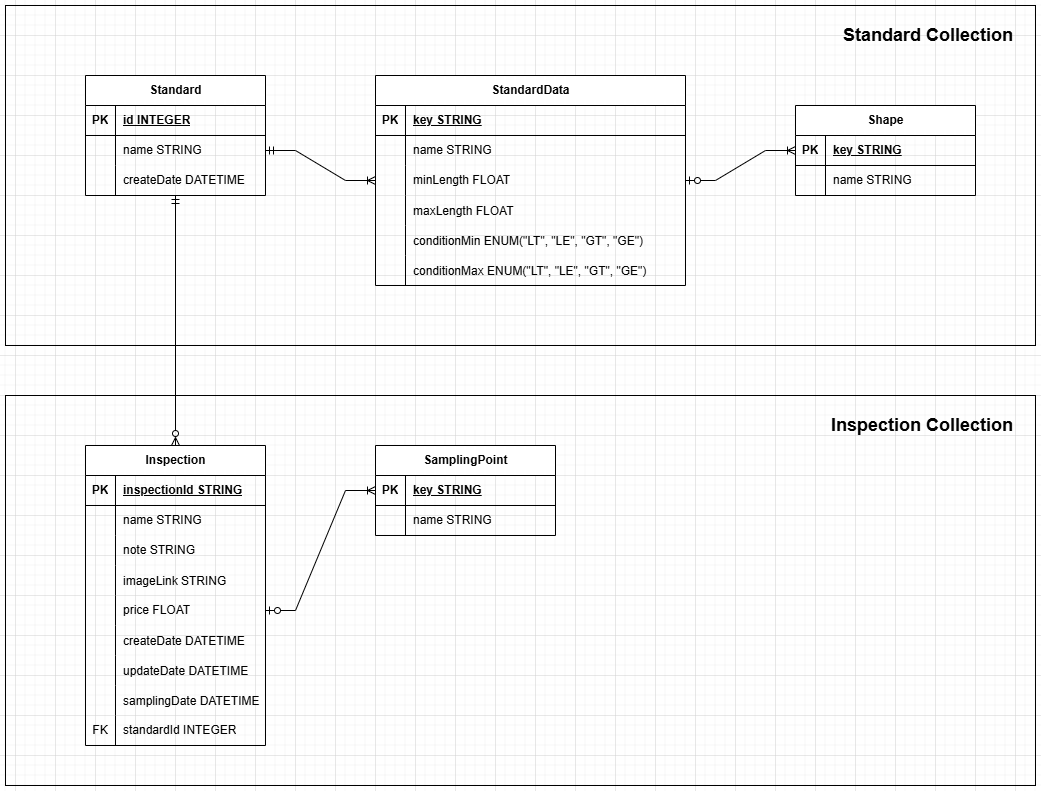
nungsorb/easy-rice-app-docker-implement keeps this draw.io diagram as system_design/easy_rice_erd.png. Above is the earlier version. Source tidied: cells renumbered, new cells last; positions are measured from the earlier drawing's top-left corner, leaving out a move shared by most shapes.
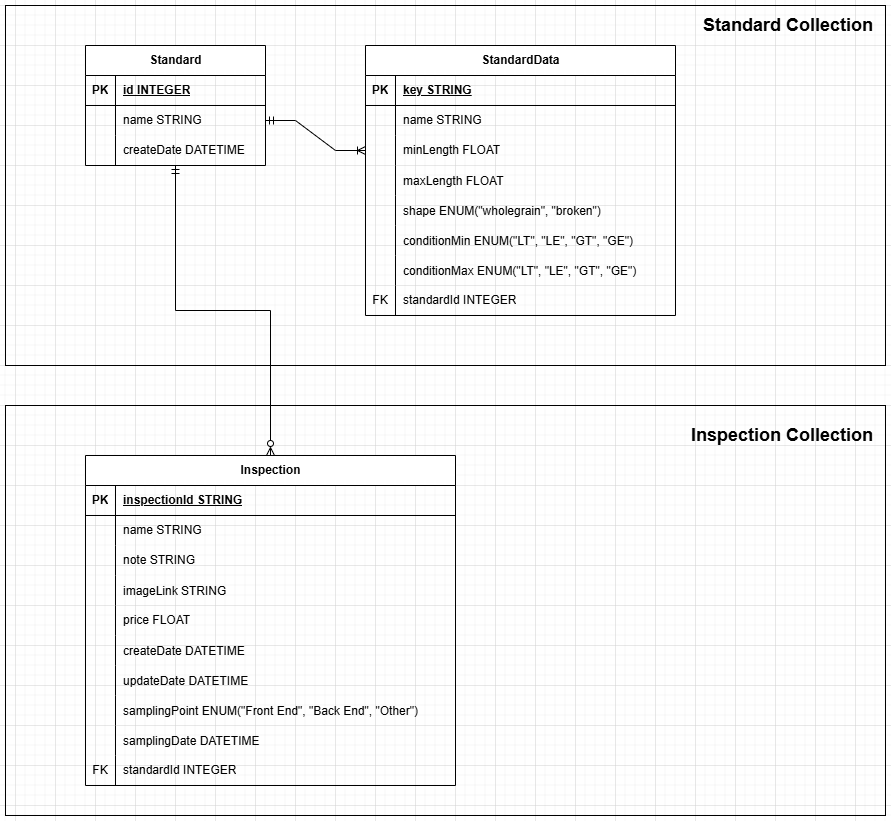
Later version of the same file.

Commit message:
backend: adjust database schema

Diff of the diagram source:
```diff
@@ -2,11 +2,17 @@
   <root>
     <mxCell id="0" />
     <mxCell id="1" parent="0" />
+    <mxCell id="78" style="rounded=0;whiteSpace=wrap;html=1;fillColor=none;" parent="1" vertex="1">
+      <mxGeometry y="390" width="880" height="410" as="geometry" />
+    </mxCell>
+    <mxCell id="77" style="rounded=0;whiteSpace=wrap;html=1;fillColor=none;" parent="1" vertex="1">
+      <mxGeometry y="-10" width="880" height="360" as="geometry" />
+    </mxCell>
     <mxCell id="2" style="edgeStyle=orthogonalEdgeStyle;rounded=0;jettySize=auto;html=1;entryX=0.5;entryY=0;entryDx=0;entryDy=0;endArrow=ERzeroToMany;endFill=0;startArrow=ERmandOne;startFill=0;" parent="1" edge="1" source="3" target="41">
       <mxGeometry relative="1" as="geometry" />
     </mxCell>
     <mxCell id="3" value="Standard" style="shape=table;startSize=30;rowLines=0;fontStyle=1;align=center;html=1;" parent="1" vertex="1">
-      <mxGeometry x="80" y="70" width="180" height="120" as="geometry" />
+      <mxGeometry x="80" y="30" width="180" height="120" as="geometry" />
     </mxCell>
     <mxCell id="4" style="shape=tableRow;horizontal=0;startSize=0;swimlaneHead=0;swimlaneBody=0;fillColor=none;top=0;left=0;right=0;bottom=1;" parent="3" vertex="1">
       <mxGeometry y="30" width="180" height="30" as="geometry" />
@@ -36,7 +42,7 @@
       <mxGeometry x="30" width="150" height="30" as="geometry" />
     </mxCell>
     <mxCell id="13" value="StandardData" style="shape=table;startSize=30;rowLines=0;fontStyle=1;align=center;html=1;" parent="1" vertex="1">
-      <mxGeometry x="370" y="70" width="310" height="210" as="geometry" />
+      <mxGeometry x="360" y="30" width="310" height="270" as="geometry" />
     </mxCell>
     <mxCell id="14" style="shape=tableRow;horizontal=0;startSize=0;swimlaneHead=0;swimlaneBody=0;fillColor=none;top=0;left=0;right=0;bottom=1;" parent="13" vertex="1">
       <mxGeometry y="30" width="310" height="30" as="geometry" />
@@ -74,8 +80,17 @@
     <mxCell id="25" value="maxLength FLOAT" style="shape=partialRectangle;fillColor=none;top=0;left=0;bottom=0;right=0;align=left;spacingLeft=6;overflow=hidden;" parent="23" vertex="1">
       <mxGeometry x="30" width="280" height="30" as="geometry" />
     </mxCell>
+    <mxCell id="81" style="shape=tableRow;horizontal=0;startSize=0;swimlaneHead=0;swimlaneBody=0;fillColor=none;top=0;left=0;right=0;bottom=0;" parent="13" vertex="1">
+      <mxGeometry y="150" width="310" height="30" as="geometry" />
+    </mxCell>
+    <mxCell id="82" style="shape=partialRectangle;fillColor=none;top=0;left=0;bottom=0;right=0;overflow=hidden;" parent="81" vertex="1">
+      <mxGeometry width="30" height="30" as="geometry" />
+    </mxCell>
+    <mxCell id="83" value="shape ENUM(&quot;wholegrain&quot;, &quot;broken&quot;)" style="shape=partialRectangle;fillColor=none;top=0;left=0;bottom=0;right=0;align=left;spacingLeft=6;overflow=hidden;" parent="81" vertex="1">
+      <mxGeometry x="30" width="280" height="30" as="geometry" />
+    </mxCell>
     <mxCell id="26" style="shape=tableRow;horizontal=0;startSize=0;swimlaneHead=0;swimlaneBody=0;fillColor=none;top=0;left=0;right=0;bottom=0;" parent="13" vertex="1">
-      <mxGeometry y="150" width="310" height="30" as="geometry" />
+      <mxGeometry y="180" width="310" height="30" as="geometry" />
     </mxCell>
     <mxCell id="27" style="shape=partialRectangle;fillColor=none;top=0;left=0;bottom=0;right=0;overflow=hidden;" parent="26" vertex="1">
       <mxGeometry width="30" height="30" as="geometry" />
@@ -84,7 +99,7 @@
       <mxGeometry x="30" width="280" height="30" as="geometry" />
     </mxCell>
     <mxCell id="29" style="shape=tableRow;horizontal=0;startSize=0;swimlaneHead=0;swimlaneBody=0;fillColor=none;top=0;left=0;right=0;bottom=0;" parent="13" vertex="1">
-      <mxGeometry y="180" width="310" height="30" as="geometry" />
+      <mxGeometry y="210" width="310" height="30" as="geometry" />
     </mxCell>
     <mxCell id="30" style="shape=partialRectangle;fillColor=none;top=0;left=0;bottom=0;right=0;overflow=hidden;" parent="29" vertex="1">
       <mxGeometry width="30" height="30" as="geometry" />
@@ -92,152 +107,116 @@
     <mxCell id="31" value="conditionMax ENUM(&quot;LT&quot;, &quot;LE&quot;, &quot;GT&quot;, &quot;GE&quot;)" style="shape=partialRectangle;fillColor=none;top=0;left=0;bottom=0;right=0;align=left;spacingLeft=6;overflow=hidden;" parent="29" vertex="1">
       <mxGeometry x="30" width="280" height="30" as="geometry" />
     </mxCell>
-    <mxCell id="32" value="Shape" style="shape=table;startSize=30;rowLines=0;fontStyle=1;align=center;html=1;" parent="1" vertex="1">
-      <mxGeometry x="790" y="100" width="180" height="90" as="geometry" />
-    </mxCell>
-    <mxCell id="33" style="shape=tableRow;horizontal=0;startSize=0;swimlaneHead=0;swimlaneBody=0;fillColor=none;points=[[0,0.5],[1,0.5]];portConstraint=eastwest;top=0;left=0;right=0;bottom=1;" parent="32" vertex="1">
-      <mxGeometry y="30" width="180" height="30" as="geometry" />
-    </mxCell>
-    <mxCell id="34" value="PK" style="shape=partialRectangle;fillColor=none;top=0;left=0;bottom=0;right=0;fontStyle=1;overflow=hidden;whiteSpace=wrap;html=1;" parent="33" vertex="1">
-      <mxGeometry width="30" height="30" as="geometry" />
-    </mxCell>
-    <mxCell id="35" value="key STRING" style="shape=partialRectangle;fillColor=none;top=0;left=0;bottom=0;right=0;align=left;spacingLeft=6;fontStyle=5;overflow=hidden;whiteSpace=wrap;html=1;" parent="33" vertex="1">
-      <mxGeometry x="30" width="150" height="30" as="geometry" />
-    </mxCell>
-    <mxCell id="36" style="shape=tableRow;horizontal=0;startSize=0;swimlaneHead=0;swimlaneBody=0;fillColor=none;top=0;left=0;right=0;bottom=0;" parent="32" vertex="1">
-      <mxGeometry y="60" width="180" height="30" as="geometry" />
-    </mxCell>
-    <mxCell id="37" style="shape=partialRectangle;fillColor=none;top=0;left=0;bottom=0;right=0;overflow=hidden;whiteSpace=wrap;html=1;" parent="36" vertex="1">
-      <mxGeometry width="30" height="30" as="geometry" />
-    </mxCell>
-    <mxCell id="38" value="name STRING" style="shape=partialRectangle;fillColor=none;top=0;left=0;bottom=0;right=0;align=left;spacingLeft=6;overflow=hidden;whiteSpace=wrap;html=1;" parent="36" vertex="1">
-      <mxGeometry x="30" width="150" height="30" as="geometry" />
-    </mxCell>
-    <mxCell id="39" style="edgeStyle=entityRelationEdgeStyle;fontSize=12;html=1;endArrow=ERoneToMany;startArrow=ERzeroToOne;rounded=0;exitX=1;exitY=0.5;exitDx=0;exitDy=0;entryX=0;entryY=0.5;entryDx=0;entryDy=0;startFill=0;" parent="1" edge="1" source="20" target="33">
-      <mxGeometry relative="1" as="geometry" />
-    </mxCell>
+    <mxCell id="84" style="shape=tableRow;horizontal=0;startSize=0;swimlaneHead=0;swimlaneBody=0;fillColor=none;top=0;left=0;right=0;bottom=0;" parent="13" vertex="1">
+      <mxGeometry y="240" width="310" height="30" as="geometry" />
+    </mxCell>
+    <mxCell id="85" value="FK" style="shape=partialRectangle;fillColor=none;top=0;left=0;bottom=0;right=0;fontStyle=0;overflow=hidden;whiteSpace=wrap;html=1;" parent="84" vertex="1">
+      <mxGeometry width="30" height="30" as="geometry" />
+    </mxCell>
+    <mxCell id="86" value="standardId INTEGER" style="shape=partialRectangle;fillColor=none;top=0;left=0;bottom=0;right=0;align=left;spacingLeft=6;fontStyle=0;overflow=hidden;whiteSpace=wrap;html=1;" parent="84" vertex="1">
+      <mxGeometry x="30" width="280" height="30" as="geometry" />
+    </mxCell>
     <mxCell id="40" style="edgeStyle=entityRelationEdgeStyle;fontSize=12;html=1;endArrow=ERoneToMany;startArrow=ERmandOne;rounded=0;exitX=1;exitY=0.5;exitDx=0;exitDy=0;entryX=0;entryY=0.5;entryDx=0;entryDy=0;startFill=0;" parent="1" edge="1" source="7" target="20">
       <mxGeometry relative="1" as="geometry" />
     </mxCell>
     <mxCell id="41" value="Inspection" style="shape=table;startSize=30;rowLines=0;fontStyle=1;align=center;html=1;" parent="1" vertex="1">
-      <mxGeometry x="80" y="440" width="180" height="300" as="geometry" />
+      <mxGeometry x="80" y="440" width="370" height="330" as="geometry" />
     </mxCell>
     <mxCell id="42" style="shape=tableRow;horizontal=0;startSize=0;swimlaneHead=0;swimlaneBody=0;fillColor=none;top=0;left=0;right=0;bottom=1;" parent="41" vertex="1">
-      <mxGeometry y="30" width="180" height="30" as="geometry" />
+      <mxGeometry y="30" width="370" height="30" as="geometry" />
     </mxCell>
     <mxCell id="43" value="PK" style="shape=partialRectangle;fillColor=none;top=0;left=0;bottom=0;right=0;fontStyle=1;overflow=hidden;whiteSpace=wrap;html=1;" parent="42" vertex="1">
       <mxGeometry width="30" height="30" as="geometry" />
     </mxCell>
     <mxCell id="44" value="inspectionId STRING" style="shape=partialRectangle;fillColor=none;top=0;left=0;bottom=0;right=0;align=left;spacingLeft=6;fontStyle=5;overflow=hidden;whiteSpace=wrap;html=1;" parent="42" vertex="1">
-      <mxGeometry x="30" width="150" height="30" as="geometry" />
+      <mxGeometry x="30" width="340" height="30" as="geometry" />
     </mxCell>
     <mxCell id="45" style="shape=tableRow;horizontal=0;startSize=0;swimlaneHead=0;swimlaneBody=0;fillColor=none;top=0;left=0;right=0;bottom=0;" parent="41" vertex="1">
-      <mxGeometry y="60" width="180" height="30" as="geometry" />
+      <mxGeometry y="60" width="370" height="30" as="geometry" />
     </mxCell>
     <mxCell id="46" style="shape=partialRectangle;fillColor=none;top=0;left=0;bottom=0;right=0;overflow=hidden;whiteSpace=wrap;html=1;" parent="45" vertex="1">
       <mxGeometry width="30" height="30" as="geometry" />
     </mxCell>
     <mxCell id="47" value="name STRING" style="shape=partialRectangle;fillColor=none;top=0;left=0;bottom=0;right=0;align=left;spacingLeft=6;overflow=hidden;whiteSpace=wrap;html=1;" parent="45" vertex="1">
-      <mxGeometry x="30" width="150" height="30" as="geometry" />
+      <mxGeometry x="30" width="340" height="30" as="geometry" />
     </mxCell>
     <mxCell id="48" style="shape=tableRow;horizontal=0;startSize=0;swimlaneHead=0;swimlaneBody=0;fillColor=none;top=0;left=0;right=0;bottom=0;" parent="41" vertex="1">
-      <mxGeometry y="90" width="180" height="30" as="geometry" />
+      <mxGeometry y="90" width="370" height="30" as="geometry" />
     </mxCell>
     <mxCell id="49" style="shape=partialRectangle;fillColor=none;top=0;left=0;bottom=0;right=0;overflow=hidden;whiteSpace=wrap;html=1;" parent="48" vertex="1">
       <mxGeometry width="30" height="30" as="geometry" />
     </mxCell>
     <mxCell id="50" value="note STRING" style="shape=partialRectangle;fillColor=none;top=0;left=0;bottom=0;right=0;align=left;spacingLeft=6;overflow=hidden;whiteSpace=wrap;html=1;" parent="48" vertex="1">
-      <mxGeometry x="30" width="150" height="30" as="geometry" />
+      <mxGeometry x="30" width="340" height="30" as="geometry" />
     </mxCell>
     <mxCell id="51" style="shape=tableRow;horizontal=0;startSize=0;swimlaneHead=0;swimlaneBody=0;fillColor=none;top=0;left=0;right=0;bottom=0;" parent="41" vertex="1">
-      <mxGeometry y="120" width="180" height="30" as="geometry" />
+      <mxGeometry y="120" width="370" height="30" as="geometry" />
     </mxCell>
     <mxCell id="52" style="shape=partialRectangle;fillColor=none;top=0;left=0;bottom=0;right=0;overflow=hidden;" parent="51" vertex="1">
       <mxGeometry width="30" height="30" as="geometry" />
     </mxCell>
     <mxCell id="53" value="imageLink STRING" style="shape=partialRectangle;fillColor=none;top=0;left=0;bottom=0;right=0;align=left;spacingLeft=6;overflow=hidden;" parent="51" vertex="1">
-      <mxGeometry x="30" width="150" height="30" as="geometry" />
+      <mxGeometry x="30" width="340" height="30" as="geometry" />
     </mxCell>
     <mxCell id="54" style="shape=tableRow;horizontal=0;startSize=0;swimlaneHead=0;swimlaneBody=0;fillColor=none;points=[[0,0.5],[1,0.5]];portConstraint=eastwest;top=0;left=0;right=0;bottom=0;" parent="41" vertex="1">
-      <mxGeometry y="150" width="180" height="30" as="geometry" />
+      <mxGeometry y="150" width="370" height="30" as="geometry" />
     </mxCell>
     <mxCell id="55" style="shape=partialRectangle;fillColor=none;top=0;left=0;bottom=0;right=0;overflow=hidden;whiteSpace=wrap;html=1;" parent="54" vertex="1">
       <mxGeometry width="30" height="30" as="geometry" />
     </mxCell>
     <mxCell id="56" value="price FLOAT" style="shape=partialRectangle;fillColor=none;top=0;left=0;bottom=0;right=0;align=left;spacingLeft=6;overflow=hidden;whiteSpace=wrap;html=1;" parent="54" vertex="1">
-      <mxGeometry x="30" width="150" height="30" as="geometry" />
+      <mxGeometry x="30" width="340" height="30" as="geometry" />
     </mxCell>
     <mxCell id="57" style="shape=tableRow;horizontal=0;startSize=0;swimlaneHead=0;swimlaneBody=0;fillColor=none;top=0;left=0;right=0;bottom=0;" parent="41" vertex="1">
-      <mxGeometry y="180" width="180" height="30" as="geometry" />
+      <mxGeometry y="180" width="370" height="30" as="geometry" />
     </mxCell>
     <mxCell id="58" style="shape=partialRectangle;fillColor=none;top=0;left=0;bottom=0;right=0;overflow=hidden;" parent="57" vertex="1">
       <mxGeometry width="30" height="30" as="geometry" />
     </mxCell>
     <mxCell id="59" value="createDate DATETIME" style="shape=partialRectangle;fillColor=none;top=0;left=0;bottom=0;right=0;align=left;spacingLeft=6;overflow=hidden;" parent="57" vertex="1">
-      <mxGeometry x="30" width="150" height="30" as="geometry" />
+      <mxGeometry x="30" width="340" height="30" as="geometry" />
     </mxCell>
     <mxCell id="60" style="shape=tableRow;horizontal=0;startSize=0;swimlaneHead=0;swimlaneBody=0;fillColor=none;top=0;left=0;right=0;bottom=0;" parent="41" vertex="1">
-      <mxGeometry y="210" width="180" height="30" as="geometry" />
+      <mxGeometry y="210" width="370" height="30" as="geometry" />
     </mxCell>
     <mxCell id="61" style="shape=partialRectangle;fillColor=none;top=0;left=0;bottom=0;right=0;overflow=hidden;" parent="60" vertex="1">
       <mxGeometry width="30" height="30" as="geometry" />
     </mxCell>
     <mxCell id="62" value="updateDate DATETIME" style="shape=partialRectangle;fillColor=none;top=0;left=0;bottom=0;right=0;align=left;spacingLeft=6;overflow=hidden;" parent="60" vertex="1">
-      <mxGeometry x="30" width="150" height="30" as="geometry" />
+      <mxGeometry x="30" width="340" height="30" as="geometry" />
     </mxCell>
+    <mxCell id="87" style="shape=tableRow;horizontal=0;startSize=0;swimlaneHead=0;swimlaneBody=0;fillColor=none;top=0;left=0;right=0;bottom=0;" parent="41" vertex="1">
+      <mxGeometry y="240" width="370" height="30" as="geometry" />
+    </mxCell>
+    <mxCell id="88" style="shape=partialRectangle;fillColor=none;top=0;left=0;bottom=0;right=0;overflow=hidden;" parent="87" vertex="1">
+      <mxGeometry width="30" height="30" as="geometry" />
+    </mxCell>
+    <mxCell id="89" value="samplingPoint ENUM(&quot;Front End&quot;, &quot;Back End&quot;, &quot;Other&quot;)" style="shape=partialRectangle;fillColor=none;top=0;left=0;bottom=0;right=0;align=left;spacingLeft=6;overflow=hidden;" parent="87" vertex="1">
+      <mxGeometry x="30" width="340" height="30" as="geometry" />
+    </mxCell>
     <mxCell id="63" style="shape=tableRow;horizontal=0;startSize=0;swimlaneHead=0;swimlaneBody=0;fillColor=none;top=0;left=0;right=0;bottom=0;" parent="41" vertex="1">
-      <mxGeometry y="240" width="180" height="30" as="geometry" />
+      <mxGeometry y="270" width="370" height="30" as="geometry" />
     </mxCell>
     <mxCell id="64" style="shape=partialRectangle;fillColor=none;top=0;left=0;bottom=0;right=0;overflow=hidden;" parent="63" vertex="1">
       <mxGeometry width="30" height="30" as="geometry" />
     </mxCell>
     <mxCell id="65" value="samplingDate DATETIME" style="shape=partialRectangle;fillColor=none;top=0;left=0;bottom=0;right=0;align=left;spacingLeft=6;overflow=hidden;" parent="63" vertex="1">
-      <mxGeometry x="30" width="150" height="30" as="geometry" />
+      <mxGeometry x="30" width="340" height="30" as="geometry" />
     </mxCell>
     <mxCell id="66" style="shape=tableRow;horizontal=0;startSize=0;swimlaneHead=0;swimlaneBody=0;fillColor=none;top=0;left=0;right=0;bottom=0;" parent="41" vertex="1">
-      <mxGeometry y="270" width="180" height="30" as="geometry" />
+      <mxGeometry y="300" width="370" height="30" as="geometry" />
     </mxCell>
     <mxCell id="67" value="FK" style="shape=partialRectangle;fillColor=none;top=0;left=0;bottom=0;right=0;fontStyle=0;overflow=hidden;whiteSpace=wrap;html=1;" parent="66" vertex="1">
       <mxGeometry width="30" height="30" as="geometry" />
     </mxCell>
     <mxCell id="68" value="standardId INTEGER" style="shape=partialRectangle;fillColor=none;top=0;left=0;bottom=0;right=0;align=left;spacingLeft=6;fontStyle=0;overflow=hidden;whiteSpace=wrap;html=1;" parent="66" vertex="1">
-      <mxGeometry x="30" width="150" height="30" as="geometry" />
+      <mxGeometry x="30" width="340" height="30" as="geometry" />
     </mxCell>
-    <mxCell id="69" value="SamplingPoint" style="shape=table;startSize=30;rowLines=0;fontStyle=1;align=center;html=1;" parent="1" vertex="1">
-      <mxGeometry x="370" y="440" width="180" height="90" as="geometry" />
-    </mxCell>
-    <mxCell id="70" style="shape=tableRow;horizontal=0;startSize=0;swimlaneHead=0;swimlaneBody=0;fillColor=none;points=[[0,0.5],[1,0.5]];portConstraint=eastwest;top=0;left=0;right=0;bottom=1;" parent="69" vertex="1">
-      <mxGeometry y="30" width="180" height="30" as="geometry" />
-    </mxCell>
-    <mxCell id="71" value="PK" style="shape=partialRectangle;fillColor=none;top=0;left=0;bottom=0;right=0;fontStyle=1;overflow=hidden;whiteSpace=wrap;html=1;" parent="70" vertex="1">
-      <mxGeometry width="30" height="30" as="geometry" />
-    </mxCell>
-    <mxCell id="72" value="key STRING" style="shape=partialRectangle;fillColor=none;top=0;left=0;bottom=0;right=0;align=left;spacingLeft=6;fontStyle=5;overflow=hidden;whiteSpace=wrap;html=1;" parent="70" vertex="1">
-      <mxGeometry x="30" width="150" height="30" as="geometry" />
-    </mxCell>
-    <mxCell id="73" style="shape=tableRow;horizontal=0;startSize=0;swimlaneHead=0;swimlaneBody=0;fillColor=none;top=0;left=0;right=0;bottom=0;" parent="69" vertex="1">
-      <mxGeometry y="60" width="180" height="30" as="geometry" />
-    </mxCell>
-    <mxCell id="74" style="shape=partialRectangle;fillColor=none;top=0;left=0;bottom=0;right=0;overflow=hidden;whiteSpace=wrap;html=1;" parent="73" vertex="1">
-      <mxGeometry width="30" height="30" as="geometry" />
-    </mxCell>
-    <mxCell id="75" value="name STRING" style="shape=partialRectangle;fillColor=none;top=0;left=0;bottom=0;right=0;align=left;spacingLeft=6;overflow=hidden;whiteSpace=wrap;html=1;" parent="73" vertex="1">
-      <mxGeometry x="30" width="150" height="30" as="geometry" />
-    </mxCell>
-    <mxCell id="76" style="edgeStyle=entityRelationEdgeStyle;fontSize=12;html=1;endArrow=ERoneToMany;startArrow=ERzeroToOne;rounded=0;exitX=1;exitY=0.5;exitDx=0;exitDy=0;entryX=0;entryY=0.5;entryDx=0;entryDy=0;" parent="1" edge="1" source="54" target="70">
-      <mxGeometry relative="1" as="geometry" />
-    </mxCell>
-    <mxCell id="77" style="rounded=0;whiteSpace=wrap;html=1;fillColor=none;" parent="1" vertex="1">
-      <mxGeometry width="1030" height="340" as="geometry" />
-    </mxCell>
-    <mxCell id="78" style="rounded=0;whiteSpace=wrap;html=1;fillColor=none;" parent="1" vertex="1">
-      <mxGeometry y="390" width="1030" height="390" as="geometry" />
-    </mxCell>
     <mxCell id="79" value="&lt;b&gt;&lt;font style=&quot;font-size: 18px;&quot;&gt;Standard Collection&lt;/font&gt;&lt;/b&gt;" style="text;html=1;align=right;verticalAlign=middle;whiteSpace=wrap;rounded=0;" parent="1" vertex="1">
-      <mxGeometry x="810" y="10" width="200" height="40" as="geometry" />
+      <mxGeometry x="670" y="-10" width="200" height="40" as="geometry" />
     </mxCell>
     <mxCell id="80" value="&lt;b&gt;&lt;font style=&quot;font-size: 18px;&quot;&gt;Inspection Collection&lt;/font&gt;&lt;/b&gt;" style="text;html=1;align=right;verticalAlign=middle;whiteSpace=wrap;rounded=0;" parent="1" vertex="1">
-      <mxGeometry x="810" y="400" width="200" height="40" as="geometry" />
+      <mxGeometry x="670" y="400" width="200" height="40" as="geometry" />
     </mxCell>
   </root>
 </mxGraphModel>
```
